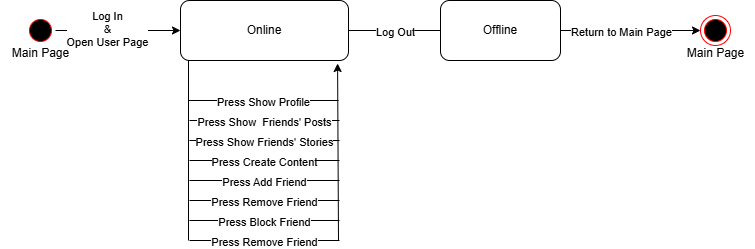
Before: UMLs/State Diagram.png, a diagram exported from draw.io (AbdelrahmanEssam1007/ConnectHub). Source tidied: cells renumbered, new cells last; positions are measured from the earlier drawing's top-left corner, leaving out a move shared by most shapes.
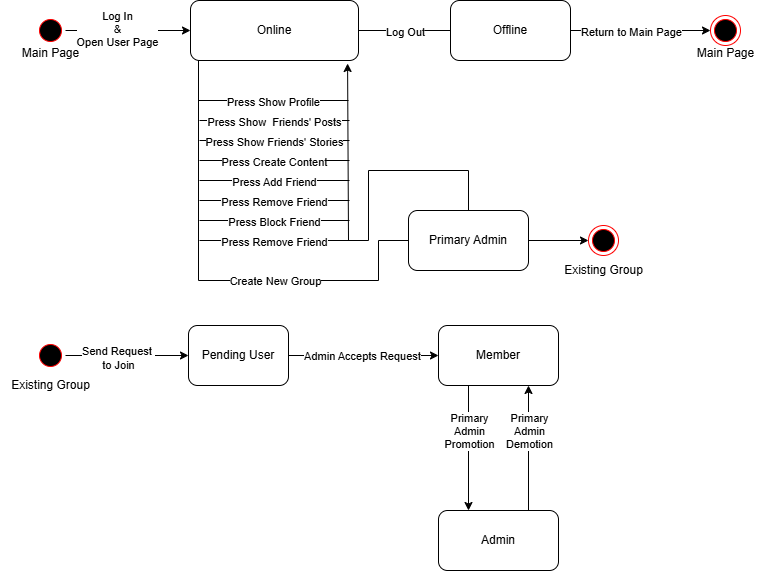
Later version of the same file.

Commit message:
Updated State Diagram

The edit, as a diff of the source:
```diff
@@ -41,7 +41,7 @@
     <mxCell id="14" style="endArrow=none;html=1;rounded=0;exitX=0.5;exitY=1;exitDx=0;exitDy=0;endFill=0;" parent="1" edge="1">
       <mxGeometry relative="1" as="geometry">
         <mxPoint x="188" y="60" as="sourcePoint" />
-        <mxPoint x="188" y="240" as="targetPoint" />
+        <mxPoint x="188" y="280" as="targetPoint" />
       </mxGeometry>
     </mxCell>
     <mxCell id="15" style="endArrow=classic;html=1;rounded=0;entryX=0.935;entryY=1.05;entryDx=0;entryDy=0;entryPerimeter=0;" parent="1" edge="1" target="3">
@@ -121,5 +121,94 @@
     <mxCell id="31" value="Press Remove Friend" style="edgeLabel;html=1;align=center;verticalAlign=middle;" parent="30" vertex="1">
       <mxGeometry x="-0.01" y="-1" relative="1" as="geometry" />
     </mxCell>
+    <mxCell id="32" style="ellipse;html=1;shape=startState;fillColor=#000000;strokeColor=#ff0000;" parent="1" vertex="1">
+      <mxGeometry x="25" y="340" width="30" height="30" as="geometry" />
+    </mxCell>
+    <mxCell id="33" style="endArrow=classic;html=1;rounded=0;exitX=1;exitY=0.5;exitDx=0;exitDy=0;entryX=0;entryY=0.5;entryDx=0;entryDy=0;" parent="1" edge="1" source="32" target="35">
+      <mxGeometry relative="1" as="geometry" />
+    </mxCell>
+    <mxCell id="34" value="Send Request&amp;nbsp;&lt;div&gt;to Join&lt;/div&gt;" style="edgeLabel;html=1;align=center;verticalAlign=middle;" parent="33" vertex="1">
+      <mxGeometry x="-0.16" y="-2" relative="1" as="geometry" />
+    </mxCell>
+    <mxCell id="35" value="Pending User" style="rounded=1;whiteSpace=wrap;html=1;" parent="1" vertex="1">
+      <mxGeometry x="178" y="325" width="100" height="60" as="geometry" />
+    </mxCell>
+    <mxCell id="36" style="endArrow=classic;html=1;rounded=0;exitX=1;exitY=0.5;exitDx=0;exitDy=0;entryX=0;entryY=0.5;entryDx=0;entryDy=0;" parent="1" edge="1" source="35" target="38">
+      <mxGeometry relative="1" as="geometry" />
+    </mxCell>
+    <mxCell id="37" value="Admin Accepts Request" style="edgeLabel;html=1;align=center;verticalAlign=middle;" parent="36" vertex="1">
+      <mxGeometry x="-0.27" relative="1" as="geometry">
+        <mxPoint x="18" as="offset" />
+      </mxGeometry>
+    </mxCell>
+    <mxCell id="38" value="Member" style="rounded=1;whiteSpace=wrap;html=1;" parent="1" vertex="1">
+      <mxGeometry x="428" y="325" width="120" height="60" as="geometry" />
+    </mxCell>
+    <mxCell id="39" value="Admin" style="rounded=1;whiteSpace=wrap;html=1;" parent="1" vertex="1">
+      <mxGeometry x="428" y="510" width="120" height="60" as="geometry" />
+    </mxCell>
+    <mxCell id="40" style="endArrow=classic;html=1;rounded=0;exitX=0.25;exitY=1;exitDx=0;exitDy=0;entryX=0.25;entryY=0;entryDx=0;entryDy=0;" parent="1" edge="1" source="38" target="39">
+      <mxGeometry relative="1" as="geometry" />
+    </mxCell>
+    <mxCell id="41" value="Primary&lt;div&gt;Admin&lt;/div&gt;&lt;div&gt;Promotion&lt;/div&gt;" style="edgeLabel;html=1;align=center;verticalAlign=middle;" parent="40" vertex="1">
+      <mxGeometry x="-0.55" relative="1" as="geometry">
+        <mxPoint y="17" as="offset" />
+      </mxGeometry>
+    </mxCell>
+    <mxCell id="42" style="endArrow=classic;html=1;rounded=0;entryX=0.75;entryY=1;entryDx=0;entryDy=0;exitX=0.75;exitY=0;exitDx=0;exitDy=0;" parent="1" edge="1" source="39" target="38">
+      <mxGeometry relative="1" as="geometry" />
+    </mxCell>
+    <mxCell id="43" value="Primary&lt;div&gt;Admin&lt;/div&gt;&lt;div&gt;Demotion&lt;/div&gt;" style="edgeLabel;html=1;align=center;verticalAlign=middle;" parent="42" vertex="1">
+      <mxGeometry x="0.2" relative="1" as="geometry">
+        <mxPoint y="-5" as="offset" />
+      </mxGeometry>
+    </mxCell>
+    <mxCell id="44" value="Existing Group" style="text;html=1;align=center;verticalAlign=middle;strokeColor=none;fillColor=none;" parent="1" vertex="1">
+      <mxGeometry x="-10" y="370" width="100" height="30" as="geometry" />
+    </mxCell>
+    <mxCell id="45" style="endArrow=none;html=1;rounded=0;" parent="1" edge="1">
+      <mxGeometry relative="1" as="geometry">
+        <mxPoint x="188" y="280" as="sourcePoint" />
+        <mxPoint x="368" y="280" as="targetPoint" />
+      </mxGeometry>
+    </mxCell>
+    <mxCell id="46" value="Create New Group" style="edgeLabel;html=1;align=center;verticalAlign=middle;" parent="45" vertex="1">
+      <mxGeometry x="-0.31" y="-2" relative="1" as="geometry">
+        <mxPoint x="14" y="-2" as="offset" />
+      </mxGeometry>
+    </mxCell>
+    <mxCell id="47" style="endArrow=none;html=1;rounded=0;" parent="1" edge="1">
+      <mxGeometry relative="1" as="geometry">
+        <mxPoint x="368" y="240" as="sourcePoint" />
+        <mxPoint x="368" y="280" as="targetPoint" />
+      </mxGeometry>
+    </mxCell>
+    <mxCell id="48" style="endArrow=none;html=1;rounded=0;entryX=0;entryY=0.5;entryDx=0;entryDy=0;" parent="1" edge="1" target="49">
+      <mxGeometry relative="1" as="geometry">
+        <mxPoint x="368" y="240" as="sourcePoint" />
+      </mxGeometry>
+    </mxCell>
+    <mxCell id="49" value="Primary Admin" style="rounded=1;whiteSpace=wrap;html=1;" parent="1" vertex="1">
+      <mxGeometry x="398" y="210" width="120" height="60" as="geometry" />
+    </mxCell>
+    <mxCell id="50" style="endArrow=none;html=1;rounded=0;exitX=0.5;exitY=0;exitDx=0;exitDy=0;" parent="1" edge="1" source="49">
+      <mxGeometry relative="1" as="geometry">
+        <mxPoint x="338" y="240" as="targetPoint" />
+        <Array as="points">
+          <mxPoint x="458" y="170" />
+          <mxPoint x="358" y="170" />
+          <mxPoint x="358" y="240" />
+        </Array>
+      </mxGeometry>
+    </mxCell>
+    <mxCell id="51" style="endArrow=classic;html=1;rounded=0;exitX=1;exitY=0.5;exitDx=0;exitDy=0;entryX=0;entryY=0.5;entryDx=0;entryDy=0;" parent="1" edge="1" source="49" target="52">
+      <mxGeometry relative="1" as="geometry" />
+    </mxCell>
+    <mxCell id="52" style="ellipse;html=1;shape=endState;fillColor=#000000;strokeColor=#ff0000;" parent="1" vertex="1">
+      <mxGeometry x="578" y="225" width="30" height="30" as="geometry" />
+    </mxCell>
+    <mxCell id="53" value="Existing Group" style="text;html=1;align=center;verticalAlign=middle;strokeColor=none;fillColor=none;" parent="1" vertex="1">
+      <mxGeometry x="543" y="255" width="100" height="30" as="geometry" />
+    </mxCell>
   </root>
 </mxGraphModel>
```
